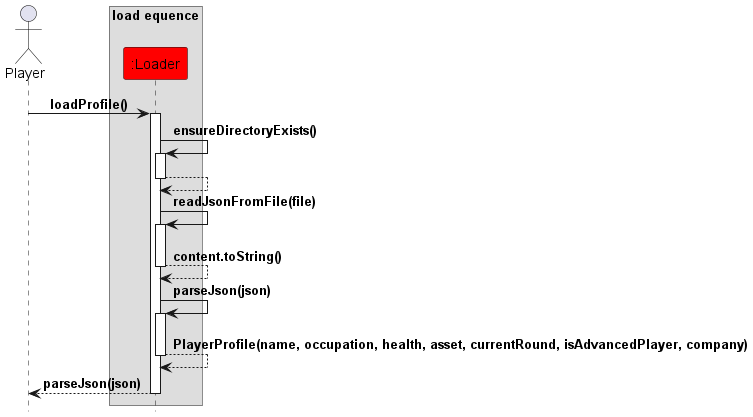
Above: docs/UML diagram/Load.png in StargazerX0/tp (PlantUML), before the change. Source of this version:
```plantuml
@startuml
!include Style.puml

Actor "Player" as player
box "load equence"
participant ":Loader" as loader #Red
end box

player -> loader : loadProfile()
activate loader

loader -> loader : ensureDirectoryExists()
activate loader
return

loader -> loader : readJsonFromFile(file)
activate loader
return content.toString()

loader -> loader : parseJson(json)
activate loader
return PlayerProfile(name, occupation, health, asset, currentRound, isAdvancedPlayer, company)

return parseJson(json)
@enduml
```
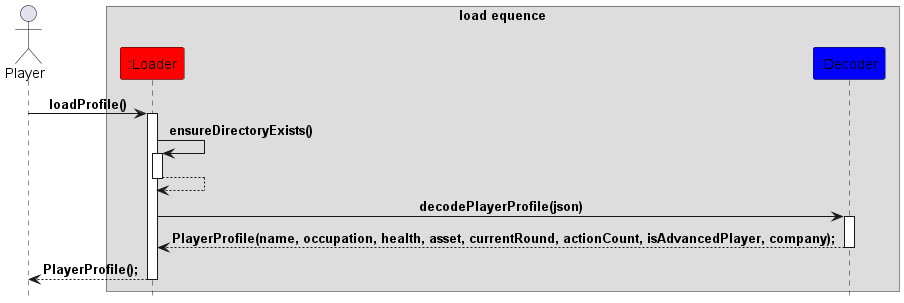
Above is the later version.

The edit, as a diff of the source:
```diff
@@ -4,6 +4,7 @@
 Actor "Player" as player
 box "load equence"
 participant ":Loader" as loader #Red
+participant ":Decoder" as decoder #Blue
 end box
 
 player -> loader : loadProfile()
@@ -13,13 +14,9 @@
 activate loader
 return
 
-loader -> loader : readJsonFromFile(file)
-activate loader
-return content.toString()
+loader -> decoder : decodePlayerProfile(json)
+activate decoder
+return PlayerProfile(name, occupation, health, asset, currentRound, actionCount, isAdvancedPlayer, company);
 
-loader -> loader : parseJson(json)
-activate loader
-return PlayerProfile(name, occupation, health, asset, currentRound, isAdvancedPlayer, company)
-
-return parseJson(json)
+return PlayerProfile();
 @enduml
```
